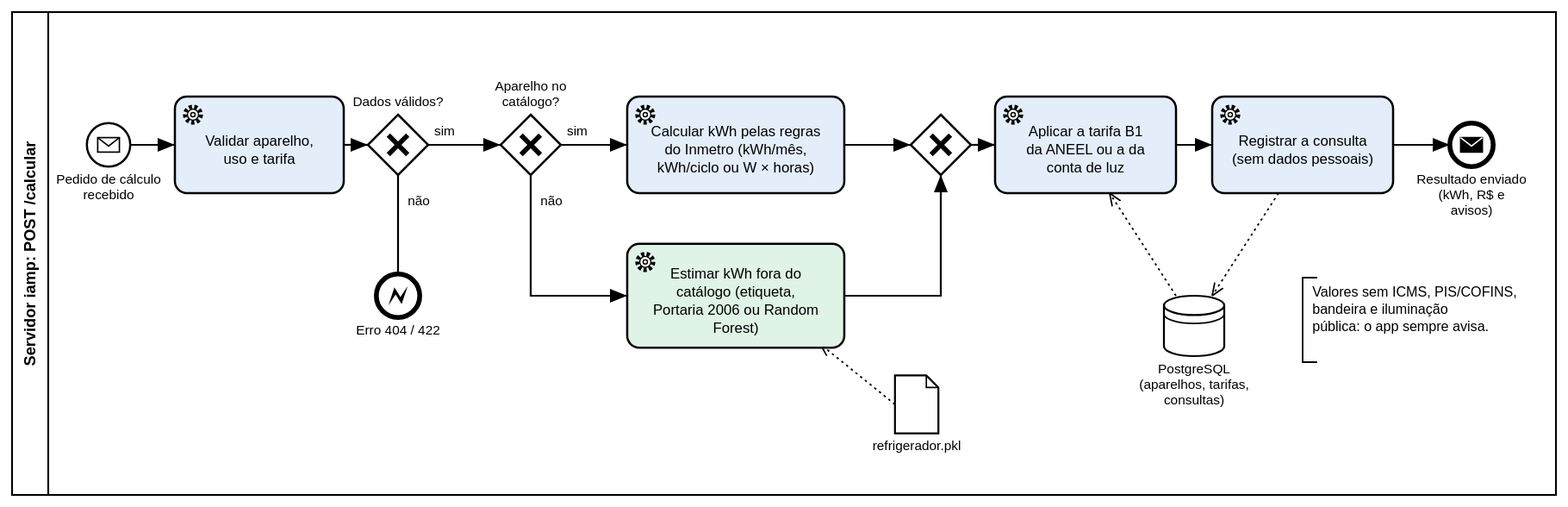
The BPMN diagram docs/bpmn/1_calculo.svg in BrunoStainski/ProjetoTCS-2026, before a commit. Its source is kept beside it as docs/bpmn/1_calculo.bpmn. Ids are renumbered.
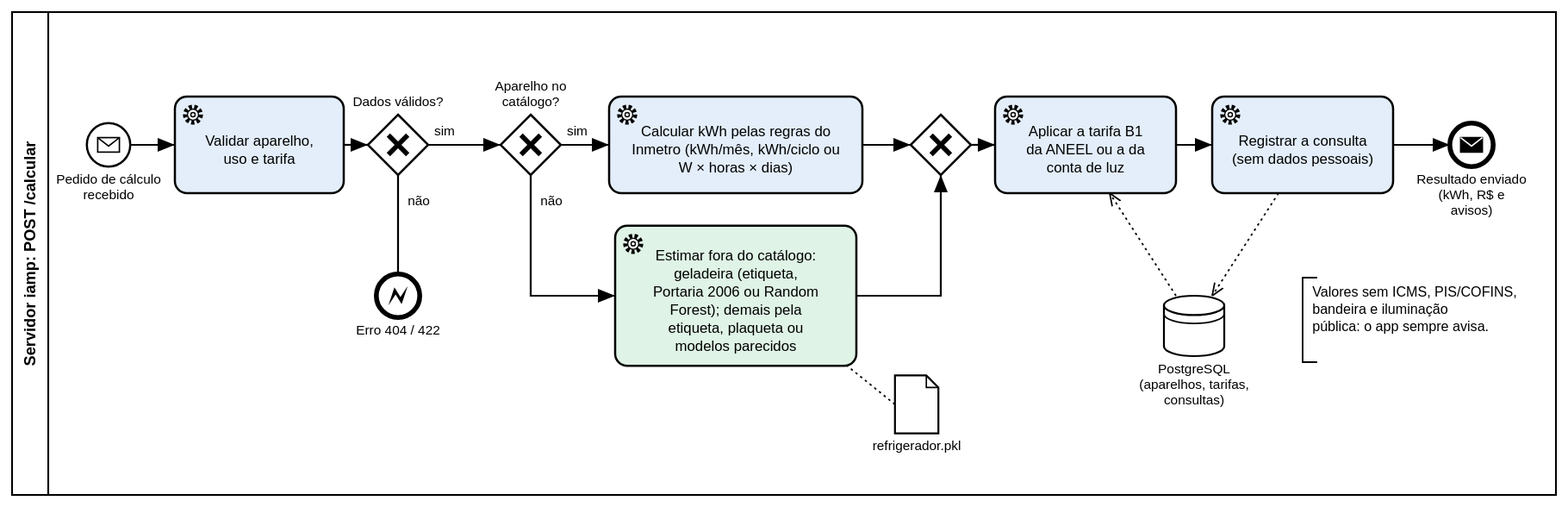
After the commit.

Commit message:
Atualiza o BPMN com a conta opcional e deixa o DER mais legível

The edit, as a diff of the source:
```diff
@@ -9,8 +9,8 @@
     <bpmn:exclusiveGateway id="g_valido" name="Dados válidos?"><bpmn:incoming>F_validar_g_valido</bpmn:incoming><bpmn:outgoing>F_g_valido_erro</bpmn:outgoing><bpmn:outgoing>F_g_valido_g_catalogo</bpmn:outgoing></bpmn:exclusiveGateway>
     <bpmn:endEvent id="erro" name="Erro 404 / 422"><bpmn:incoming>F_g_valido_erro</bpmn:incoming><bpmn:errorEventDefinition id="EED_erro" /></bpmn:endEvent>
     <bpmn:exclusiveGateway id="g_catalogo" name="Aparelho no catálogo?"><bpmn:incoming>F_g_valido_g_catalogo</bpmn:incoming><bpmn:outgoing>F_g_catalogo_regras</bpmn:outgoing><bpmn:outgoing>F_g_catalogo_estimar</bpmn:outgoing></bpmn:exclusiveGateway>
-    <bpmn:serviceTask id="regras" name="Calcular kWh pelas regras do Inmetro (kWh/mês, kWh/ciclo ou W × horas)"><bpmn:incoming>F_g_catalogo_regras</bpmn:incoming><bpmn:outgoing>F_regras_g_junta</bpmn:outgoing></bpmn:serviceTask>
-    <bpmn:serviceTask id="estimar" name="Estimar kWh fora do catálogo (etiqueta, Portaria 2006 ou Random Forest)"><bpmn:incoming>F_g_catalogo_estimar</bpmn:incoming><bpmn:outgoing>F_estimar_g_junta</bpmn:outgoing><bpmn:property id="P_DA_refri_estimar" name="__targetRef_placeholder" /><bpmn:dataInputAssociation id="DA_refri_estimar"><bpmn:sourceRef>refri</bpmn:sourceRef><bpmn:targetRef>P_DA_refri_estimar</bpmn:targetRef></bpmn:dataInputAssociation></bpmn:serviceTask>
+    <bpmn:serviceTask id="regras" name="Calcular kWh pelas regras do Inmetro (kWh/mês, kWh/ciclo ou W × horas × dias)"><bpmn:incoming>F_g_catalogo_regras</bpmn:incoming><bpmn:outgoing>F_regras_g_junta</bpmn:outgoing></bpmn:serviceTask>
+    <bpmn:serviceTask id="estimar" name="Estimar fora do catálogo: geladeira (etiqueta, Portaria 2006 ou Random Forest); demais pela etiqueta, plaqueta ou modelos parecidos"><bpmn:incoming>F_g_catalogo_estimar</bpmn:incoming><bpmn:outgoing>F_estimar_g_junta</bpmn:outgoing><bpmn:property id="P_DA_refri_estimar" name="__targetRef_placeholder" /><bpmn:dataInputAssociation id="DA_refri_estimar"><bpmn:sourceRef>refri</bpmn:sourceRef><bpmn:targetRef>P_DA_refri_estimar</bpmn:targetRef></bpmn:dataInputAssociation></bpmn:serviceTask>
     <bpmn:exclusiveGateway id="g_junta"><bpmn:incoming>F_regras_g_junta</bpmn:incoming><bpmn:incoming>F_estimar_g_junta</bpmn:incoming><bpmn:outgoing>F_g_junta_tarifa</bpmn:outgoing></bpmn:exclusiveGateway>
     <bpmn:serviceTask id="tarifa" name="Aplicar a tarifa B1 da ANEEL ou a da conta de luz"><bpmn:incoming>F_g_junta_tarifa</bpmn:incoming><bpmn:outgoing>F_tarifa_registrar</bpmn:outgoing><bpmn:property id="P_DA_db_tarifa" name="__targetRef_placeholder" /><bpmn:dataInputAssociation id="DA_db_tarifa"><bpmn:sourceRef>db</bpmn:sourceRef><bpmn:targetRef>P_DA_db_tarifa</bpmn:targetRef></bpmn:dataInputAssociation></bpmn:serviceTask>
     <bpmn:serviceTask id="registrar" name="Registrar a consulta (sem dados pessoais)"><bpmn:incoming>F_tarifa_registrar</bpmn:incoming><bpmn:outgoing>F_registrar_fim</bpmn:outgoing><bpmn:dataOutputAssociation id="DA_db_registrar"><bpmn:targetRef>db</bpmn:targetRef></bpmn:dataOutputAssociation></bpmn:serviceTask>
@@ -39,8 +39,8 @@
       <bpmndi:BPMNShape id="S_g_valido" bpmnElement="g_valido"><dc:Bounds x="305" y="95" width="50" height="50" /><bpmndi:BPMNLabel><dc:Bounds x="260" y="55" width="140" height="34" /></bpmndi:BPMNLabel></bpmndi:BPMNShape>
       <bpmndi:BPMNShape id="S_erro" bpmnElement="erro"><dc:Bounds x="312" y="227" width="36" height="36" /><bpmndi:BPMNLabel><dc:Bounds x="270" y="267" width="120" height="40" /></bpmndi:BPMNLabel></bpmndi:BPMNShape>
       <bpmndi:BPMNShape id="S_g_catalogo" bpmnElement="g_catalogo"><dc:Bounds x="415" y="95" width="50" height="50" /><bpmndi:BPMNLabel><dc:Bounds x="370" y="55" width="140" height="34" /></bpmndi:BPMNLabel></bpmndi:BPMNShape>
-      <bpmndi:BPMNShape id="S_regras" bpmnElement="regras" color:background-color="#E3EEFA" color:border-color="#000000"><dc:Bounds x="520" y="80" width="180" height="80" /></bpmndi:BPMNShape>
-      <bpmndi:BPMNShape id="S_estimar" bpmnElement="estimar" color:background-color="#DFF3E6" color:border-color="#000000"><dc:Bounds x="520" y="202" width="180" height="86" /></bpmndi:BPMNShape>
+      <bpmndi:BPMNShape id="S_regras" bpmnElement="regras" color:background-color="#E3EEFA" color:border-color="#000000"><dc:Bounds x="505" y="80" width="210" height="80" /></bpmndi:BPMNShape>
+      <bpmndi:BPMNShape id="S_estimar" bpmnElement="estimar" color:background-color="#DFF3E6" color:border-color="#000000"><dc:Bounds x="510" y="187" width="200" height="116" /></bpmndi:BPMNShape>
       <bpmndi:BPMNShape id="S_g_junta" bpmnElement="g_junta"><dc:Bounds x="755" y="95" width="50" height="50" /></bpmndi:BPMNShape>
       <bpmndi:BPMNShape id="S_tarifa" bpmnElement="tarifa" color:background-color="#E3EEFA" color:border-color="#000000"><dc:Bounds x="825" y="80" width="150" height="80" /></bpmndi:BPMNShape>
       <bpmndi:BPMNShape id="S_registrar" bpmnElement="registrar" color:background-color="#E3EEFA" color:border-color="#000000"><dc:Bounds x="1005" y="80" width="150" height="80" /></bpmndi:BPMNShape>
@@ -52,10 +52,10 @@
       <bpmndi:BPMNEdge id="E_F_validar_g_valido" bpmnElement="F_validar_g_valido"><di:waypoint x="285" y="120" /><di:waypoint x="305" y="120" /></bpmndi:BPMNEdge>
       <bpmndi:BPMNEdge id="E_F_g_valido_erro" bpmnElement="F_g_valido_erro"><di:waypoint x="330" y="145" /><di:waypoint x="330" y="245" /><di:waypoint x="312" y="245" /><bpmndi:BPMNLabel><dc:Bounds x="338" y="158" width="30" height="16" /></bpmndi:BPMNLabel></bpmndi:BPMNEdge>
       <bpmndi:BPMNEdge id="E_F_g_valido_g_catalogo" bpmnElement="F_g_valido_g_catalogo"><di:waypoint x="355" y="120" /><di:waypoint x="415" y="120" /><bpmndi:BPMNLabel><dc:Bounds x="360" y="100" width="30" height="16" /></bpmndi:BPMNLabel></bpmndi:BPMNEdge>
-      <bpmndi:BPMNEdge id="E_F_g_catalogo_regras" bpmnElement="F_g_catalogo_regras"><di:waypoint x="465" y="120" /><di:waypoint x="520" y="120" /><bpmndi:BPMNLabel><dc:Bounds x="470" y="100" width="30" height="16" /></bpmndi:BPMNLabel></bpmndi:BPMNEdge>
-      <bpmndi:BPMNEdge id="E_F_g_catalogo_estimar" bpmnElement="F_g_catalogo_estimar"><di:waypoint x="440" y="145" /><di:waypoint x="440" y="245" /><di:waypoint x="520" y="245" /><bpmndi:BPMNLabel><dc:Bounds x="448" y="158" width="30" height="16" /></bpmndi:BPMNLabel></bpmndi:BPMNEdge>
-      <bpmndi:BPMNEdge id="E_F_regras_g_junta" bpmnElement="F_regras_g_junta"><di:waypoint x="700" y="120" /><di:waypoint x="755" y="120" /></bpmndi:BPMNEdge>
-      <bpmndi:BPMNEdge id="E_F_estimar_g_junta" bpmnElement="F_estimar_g_junta"><di:waypoint x="700" y="245" /><di:waypoint x="780" y="245" /><di:waypoint x="780" y="145" /></bpmndi:BPMNEdge>
+      <bpmndi:BPMNEdge id="E_F_g_catalogo_regras" bpmnElement="F_g_catalogo_regras"><di:waypoint x="465" y="120" /><di:waypoint x="505" y="120" /><bpmndi:BPMNLabel><dc:Bounds x="470" y="100" width="30" height="16" /></bpmndi:BPMNLabel></bpmndi:BPMNEdge>
+      <bpmndi:BPMNEdge id="E_F_g_catalogo_estimar" bpmnElement="F_g_catalogo_estimar"><di:waypoint x="440" y="145" /><di:waypoint x="440" y="245" /><di:waypoint x="510" y="245" /><bpmndi:BPMNLabel><dc:Bounds x="448" y="158" width="30" height="16" /></bpmndi:BPMNLabel></bpmndi:BPMNEdge>
+      <bpmndi:BPMNEdge id="E_F_regras_g_junta" bpmnElement="F_regras_g_junta"><di:waypoint x="715" y="120" /><di:waypoint x="755" y="120" /></bpmndi:BPMNEdge>
+      <bpmndi:BPMNEdge id="E_F_estimar_g_junta" bpmnElement="F_estimar_g_junta"><di:waypoint x="710" y="245" /><di:waypoint x="780" y="245" /><di:waypoint x="780" y="145" /></bpmndi:BPMNEdge>
       <bpmndi:BPMNEdge id="E_F_g_junta_tarifa" bpmnElement="F_g_junta_tarifa"><di:waypoint x="805" y="120" /><di:waypoint x="825" y="120" /></bpmndi:BPMNEdge>
       <bpmndi:BPMNEdge id="E_F_tarifa_registrar" bpmnElement="F_tarifa_registrar"><di:waypoint x="975" y="120" /><di:waypoint x="1005" y="120" /></bpmndi:BPMNEdge>
       <bpmndi:BPMNEdge id="E_F_registrar_fim" bpmnElement="F_registrar_fim"><di:waypoint x="1155" y="120" /><di:waypoint x="1202" y="120" /></bpmndi:BPMNEdge>
```
